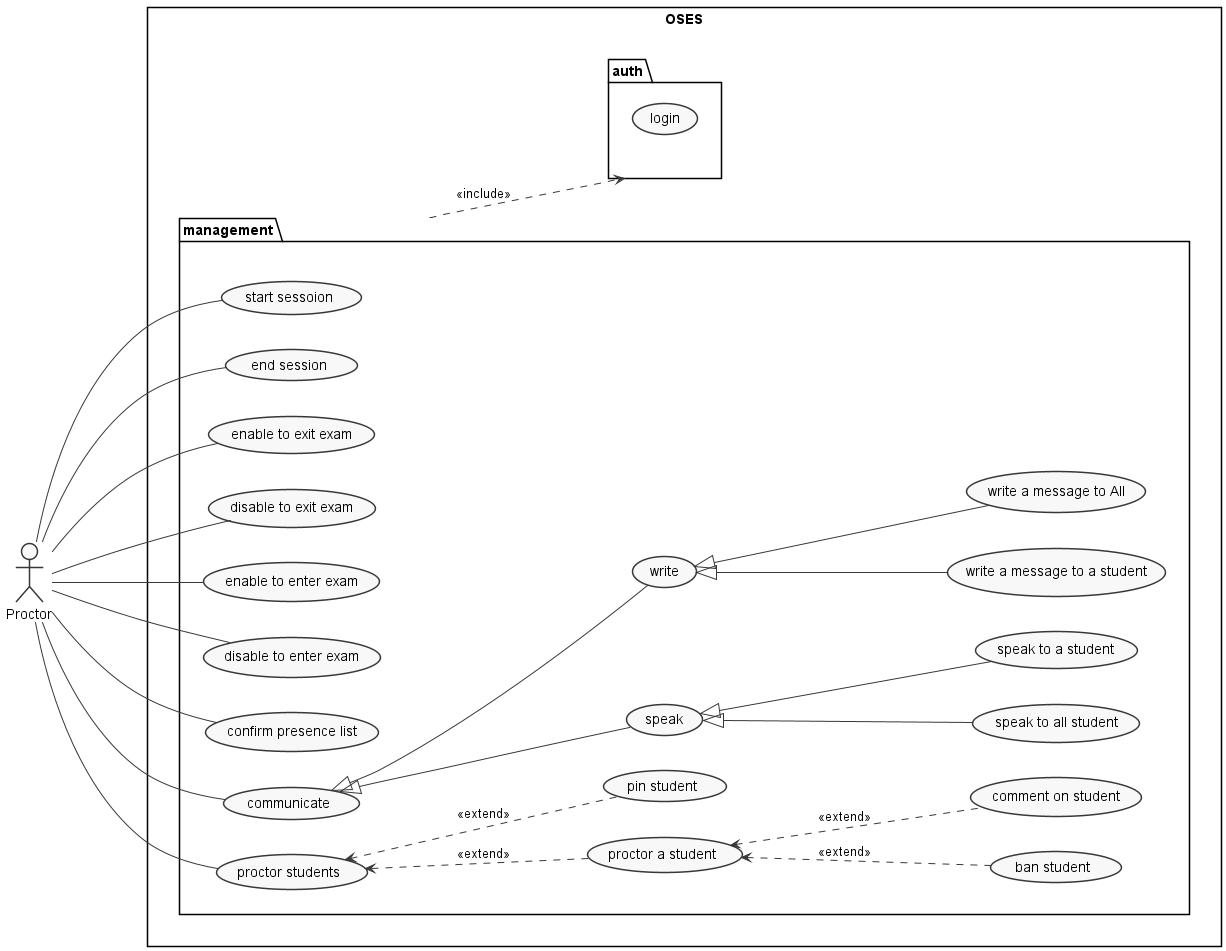
Before: Essays/Essay_1/images/proctor_UCD.png, a diagram exported from PlantUML (OnlineSecureExamSystem/oses-essays-memos).
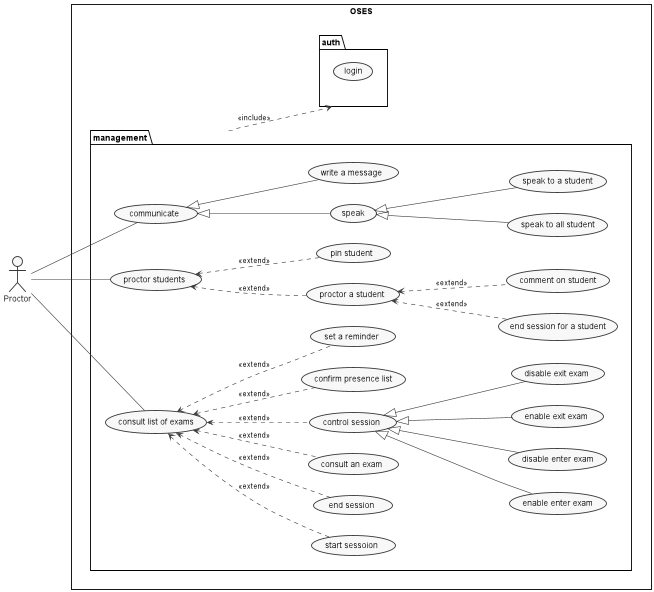
After the change.

What changed in the source:
```diff
@@ -2,7 +2,7 @@
 
 skinparam monochrome true
 skinparam style strictuml
-skinparam Ranksep 150
+skinparam Ranksep 100
 skinparam defaultTextAlignment center
 left to right direction
 
@@ -12,40 +12,39 @@
     package management{
     usecase "start sessoion" as ss
     usecase "end session" as ts
-    usecase "enable to exit exam" as eee
-    usecase "disable to exit exam" as dee
-    usecase "enable to enter exam" as eee2
-    usecase "disable to enter exam" as dee2
-    usecase "confirm presence list" as cpl
     usecase "communicate" as cs
-    usecase "ban student" as qso
+    usecase "end session for a student" as qso
     usecase "proctor students" as ps
 
     usecase "proctor a student" as pos
     usecase "comment on student" as c
     usecase "pin student" as pios
 
-p -- eee
-p -- dee
-p -- eee2
-p -- dee2
-p -- cpl
+
+(consult list of exams) <.. (consult an exam):<<extend>>
+(consult list of exams) <.. ss:<<extend>>
+(consult list of exams) <.. ts:<<extend>>
+(consult list of exams) <.. (control session):<<extend>>
+(consult list of exams) <.. (confirm presence list):<<extend>>
+(consult list of exams) <.. (set a reminder):<<extend>>
+
+(control session) <|-- (enable enter exam)
+(control session) <|-- (disable enter exam)
+(control session) <|-- (enable exit exam)
+(control session) <|-- (disable exit exam)
 cs <|-- (speak)
-cs <|-- (write)
+cs <|-- (write a message)
 (speak) <|-- (speak to all student)
 (speak) <|-- (speak to a student)
-(write) <|-- (write a message to a student)
-(write) <|-- (write a message to All)
 
 ps <.. pos: <<extend>>
 ps <.. pios: <<extend>>
 pos <.. qso: <<extend>>
 pos <.. c: <<extend>>
 
-    p -- ss
-    p -- ts
     p -- cs
     p -- ps
+    p -- (consult list of exams)
 }
 
     package auth{
```
